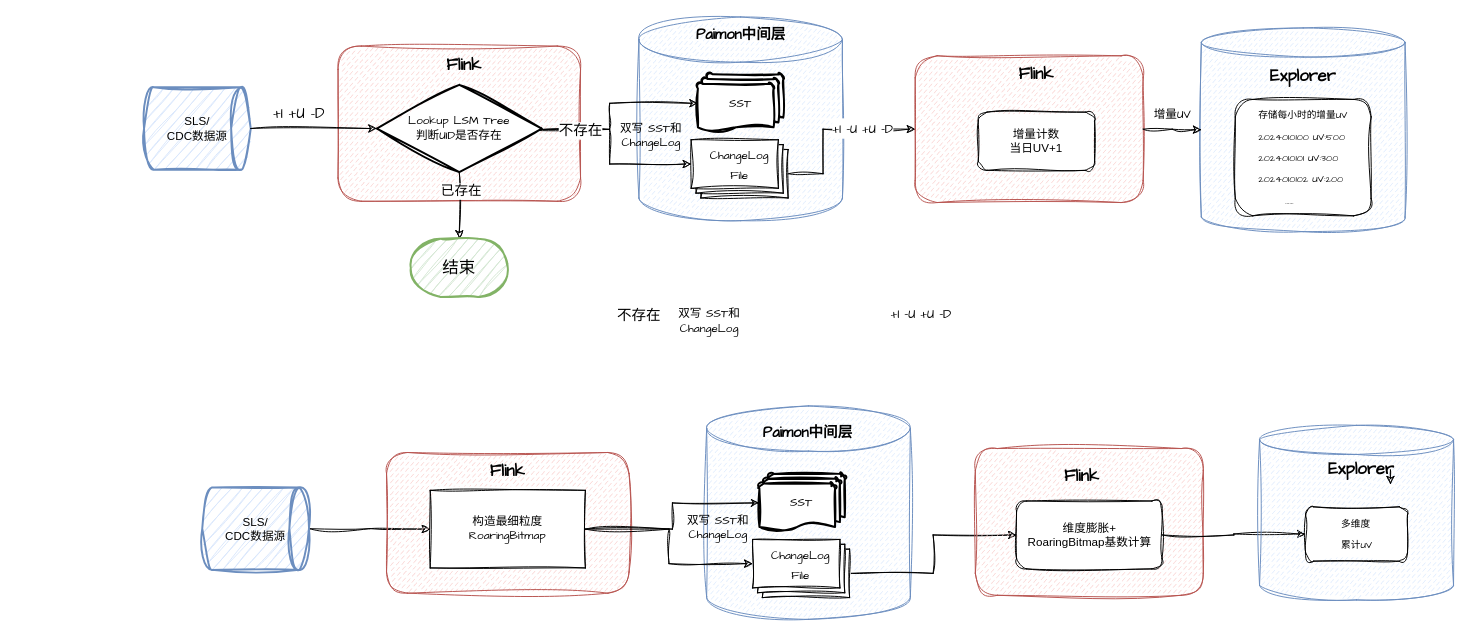
1147391377/hive-udf keeps this draw.io diagram as paimon.drawio. Above is the earlier version. Source tidied: cells renumbered, new cells numbered last; positions are measured from the earlier drawing's top-left corner, leaving out a move shared by most shapes. Both pictures are drawn from the tidied source at 97%, with x=0, y=0 at pixel (144, 16).
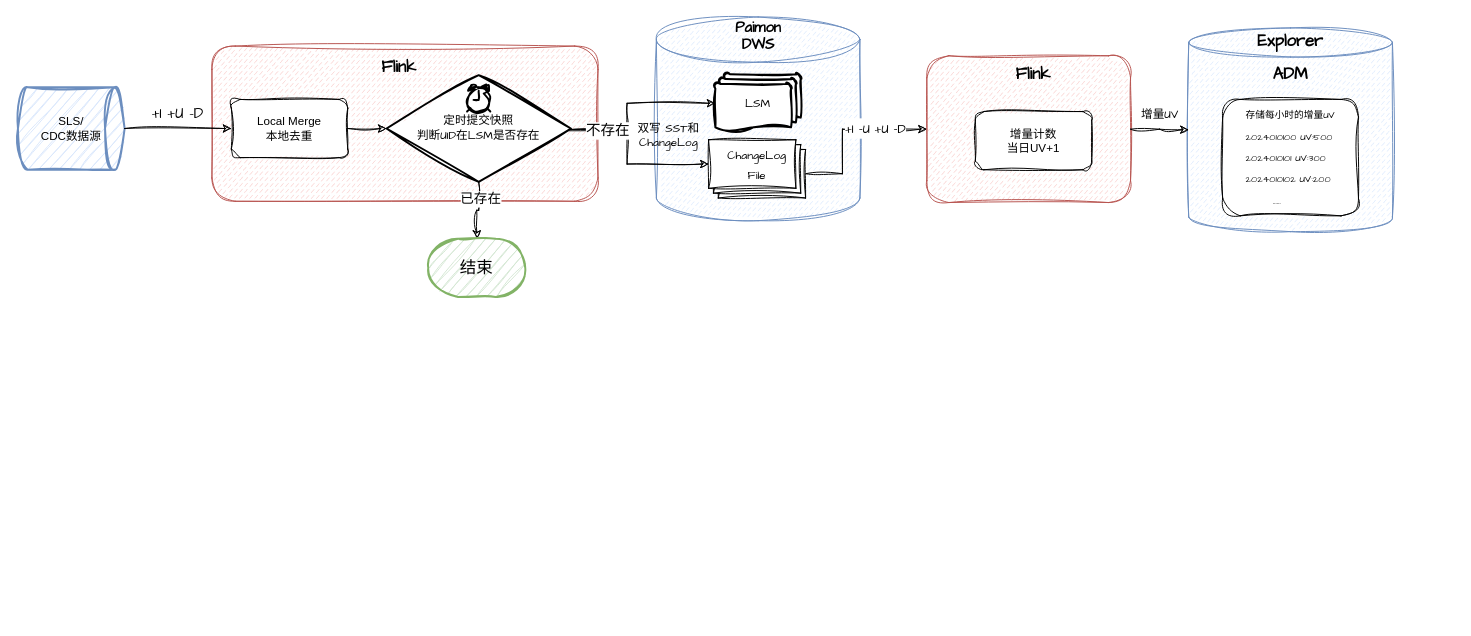
The same diagram, later.

Diff of the diagram source:
```diff
@@
     <mxCell id="2" style="shape=cylinder3;whiteSpace=wrap;html=1;boundedLbl=1;backgroundOutline=1;size=23.29629629629619;fillStyle=dashed;sketch=1;curveFitting=1;jiggle=2;fillColor=#dae8fc;strokeColor=#6c8ebf;" parent="1" vertex="1">
-      <mxGeometry x="510.2" width="209.8" height="210" as="geometry" />
+      <mxGeometry x="528.2" width="209.8" height="210" as="geometry" />
     </mxCell>
     <mxCell id="3" value="SLS/&lt;br&gt;CDC数据源" style="strokeWidth=2;html=1;shape=mxgraph.flowchart.direct_data;whiteSpace=wrap;sketch=1;curveFitting=1;jiggle=2;fillColor=#dae8fc;strokeColor=#6c8ebf;" parent="1" vertex="1">
-      <mxGeometry y="72.5" width="110" height="85" as="geometry" />
+      <mxGeometry x="-130" y="72.5" width="110" height="85" as="geometry" />
     </mxCell>
     <mxCell id="4" style="rounded=1;whiteSpace=wrap;html=1;fillStyle=dashed;sketch=1;curveFitting=1;jiggle=2;fillColor=#f8cecc;strokeColor=#b85450;" parent="1" vertex="1">
-      <mxGeometry x="200" y="30" width="250" height="160" as="geometry" />
+      <mxGeometry x="70" y="30" width="398" height="160" as="geometry" />
     </mxCell>
-    <mxCell id="5" value="&lt;font face=&quot;Comic Sans MS&quot;&gt;SST&lt;/font&gt;" style="strokeWidth=2;html=1;shape=mxgraph.flowchart.multi-document;whiteSpace=wrap;sketch=1;curveFitting=1;jiggle=2;" parent="1" vertex="1">
-      <mxGeometry x="571" y="59" width="88" height="60" as="geometry" />
+    <mxCell id="5" value="&lt;font face=&quot;Comic Sans MS&quot;&gt;LSM&lt;/font&gt;" style="strokeWidth=2;html=1;shape=mxgraph.flowchart.multi-document;whiteSpace=wrap;sketch=1;curveFitting=1;jiggle=2;" parent="1" vertex="1">
+      <mxGeometry x="589" y="59" width="88" height="60" as="geometry" />
     </mxCell>
@@
     <mxCell id="8" style="edgeStyle=orthogonalEdgeStyle;rounded=0;jettySize=auto;html=1;exitX=1;exitY=0.5;exitDx=0;exitDy=0;exitPerimeter=0;entryX=0;entryY=0.5;entryDx=0;entryDy=0;entryPerimeter=0;sketch=1;curveFitting=1;jiggle=2;" parent="1" edge="1" target="5">
       <mxGeometry relative="1" as="geometry">
-        <mxPoint x="375" y="115.8" as="sourcePoint" />
+        <mxPoint x="393" y="115.8" as="sourcePoint" />
         <Array as="points">
-          <mxPoint x="480" y="116" />
-          <mxPoint x="480" y="89" />
+          <mxPoint x="498" y="116" />
+          <mxPoint x="498" y="89" />
         </Array>
       </mxGeometry>
     </mxCell>
-    <mxCell id="9" value="Lookup LSM Tree&lt;br&gt;判断UID是否存在" style="strokeWidth=2;html=1;shape=mxgraph.flowchart.decision;whiteSpace=wrap;sketch=1;curveFitting=1;jiggle=2;fontFamily=Comic Sans MS;" parent="1" vertex="1">
-      <mxGeometry x="240" y="70" width="170" height="90" as="geometry" />
+    <mxCell id="9" value="&lt;div&gt;定时提交快照&lt;/div&gt;判断UID在LSM是否存在" style="strokeWidth=2;html=1;shape=mxgraph.flowchart.decision;whiteSpace=wrap;sketch=1;curveFitting=1;jiggle=2;fontFamily=Comic Sans MS;" parent="1" vertex="1">
+      <mxGeometry x="250" y="60" width="190" height="110" as="geometry" />
     </mxCell>
     <mxCell id="10" style="edgeStyle=orthogonalEdgeStyle;rounded=0;jettySize=auto;html=1;exitX=0;exitY=0;exitDx=100;exitDy=35;exitPerimeter=0;entryX=0;entryY=0.5;entryDx=0;entryDy=0;sketch=1;curveFitting=1;jiggle=2;" parent="1" edge="1" source="13" target="19">
       <mxGeometry relative="1" as="geometry">
         <Array as="points">
-          <mxPoint x="700" y="162" />
-          <mxPoint x="700" y="116" />
+          <mxPoint x="720" y="162" />
+          <mxPoint x="720" y="116" />
         </Array>
       </mxGeometry>
     </mxCell>
@@
-    <mxCell id="12" value="&lt;font style=&quot;font-size: 13px;&quot;&gt;+I -U +U -D&lt;/font&gt;" style="edgeLabel;html=1;align=center;verticalAlign=middle;rounded=0;fontFamily=Comic Sans MS;fontSize=17;fontColor=default;fillColor=none;gradientColor=none;" parent="10" vertex="1">
-      <mxGeometry x="0.5" y="3" relative="1" as="geometry">
-        <mxPoint x="49" y="193" as="offset" />
-      </mxGeometry>
-    </mxCell>
     <mxCell id="13" style="verticalLabelPosition=bottom;verticalAlign=top;html=1;shape=mxgraph.basic.layered_rect;dx=10;outlineConnect=0;whiteSpace=wrap;sketch=1;curveFitting=1;jiggle=2;" parent="1" vertex="1">
-      <mxGeometry x="564" y="126.6" width="100" height="60" as="geometry" />
+      <mxGeometry x="582" y="126.6" width="100" height="60" as="geometry" />
     </mxCell>
-    <mxCell id="14" style="edgeStyle=orthogonalEdgeStyle;rounded=0;jettySize=auto;html=1;exitX=1;exitY=0.5;exitDx=0;exitDy=0;exitPerimeter=0;entryX=0;entryY=0.5;entryDx=0;entryDy=0;entryPerimeter=0;sketch=1;curveFitting=1;jiggle=2;" parent="1" edge="1" source="3" target="9">
+    <mxCell id="14" style="edgeStyle=orthogonalEdgeStyle;rounded=0;jettySize=auto;html=1;exitX=1;exitY=0.5;exitDx=0;exitDy=0;exitPerimeter=0;sketch=1;curveFitting=1;jiggle=2;entryX=0;entryY=0.5;entryDx=0;entryDy=0;" parent="1" edge="1" source="3" target="55">
       <mxGeometry relative="1" as="geometry" />
     </mxCell>
     <mxCell id="15" value="&lt;font style=&quot;font-size: 17px;&quot; face=&quot;Comic Sans MS&quot;&gt;结束&lt;/font&gt;" style="strokeWidth=2;html=1;shape=mxgraph.flowchart.terminator;whiteSpace=wrap;sketch=1;curveFitting=1;jiggle=2;fillColor=#d5e8d4;strokeColor=#82b366;" parent="1" vertex="1">
-      <mxGeometry x="275" y="228.6" width="100" height="60" as="geometry" />
+      <mxGeometry x="293" y="228.6" width="100" height="60" as="geometry" />
     </mxCell>
     <mxCell id="16" style="edgeStyle=orthogonalEdgeStyle;rounded=0;jettySize=auto;html=1;exitX=1;exitY=0.5;exitDx=0;exitDy=0;exitPerimeter=0;entryX=0;entryY=0;entryDx=0;entryDy=25;entryPerimeter=0;sketch=1;curveFitting=1;jiggle=2;" parent="1" edge="1" source="9" target="13">
       <mxGeometry relative="1" as="geometry">
         <Array as="points">
-          <mxPoint x="480" y="116" />
-          <mxPoint x="480" y="152" />
+          <mxPoint x="498" y="116" />
+          <mxPoint x="498" y="152" />
         </Array>
       </mxGeometry>
     </mxCell>
@@
-    <mxCell id="18" value="不存在" style="edgeLabel;html=1;align=center;verticalAlign=middle;rounded=0;fontFamily=Comic Sans MS;fontSize=15;fontColor=default;fillColor=none;gradientColor=none;" parent="16" vertex="1">
-      <mxGeometry x="-0.64" y="-3" relative="1" as="geometry">
-        <mxPoint x="66" y="188" as="offset" />
-      </mxGeometry>
-    </mxCell>
     <mxCell id="19" style="rounded=1;whiteSpace=wrap;html=1;fillStyle=dashed;sketch=1;curveFitting=1;jiggle=2;fillColor=#f8cecc;strokeColor=#b85450;" parent="1" vertex="1">
-      <mxGeometry x="795" y="40" width="235" height="151.3" as="geometry" />
+      <mxGeometry x="807" y="40" width="210" height="151.3" as="geometry" />
     </mxCell>
     <mxCell id="20" value="增量计数&lt;br&gt;当日UV+1" style="rounded=1;whiteSpace=wrap;html=1;sketch=1;curveFitting=1;jiggle=2;" parent="1" vertex="1">
-      <mxGeometry x="860" y="98.1" width="120" height="60" as="geometry" />
+      <mxGeometry x="857" y="97.5" width="120" height="60" as="geometry" />
     </mxCell>
     <mxCell id="21" style="shape=cylinder3;whiteSpace=wrap;html=1;boundedLbl=1;backgroundOutline=1;size=15;fillStyle=dashed;sketch=1;curveFitting=1;jiggle=2;fillColor=#dae8fc;strokeColor=#6c8ebf;" parent="1" vertex="1">
-      <mxGeometry x="1090" y="11.3" width="210" height="210" as="geometry" />
+      <mxGeometry x="1077" y="11.3" width="210" height="210" as="geometry" />
     </mxCell>
     <mxCell id="22" value="Flink" style="text;html=1;align=center;verticalAlign=middle;whiteSpace=wrap;rounded=0;fontFamily=Comic Sans MS;fontSize=17;fontStyle=1;" parent="1" vertex="1">
-      <mxGeometry x="300" y="35" width="60" height="30" as="geometry" />
+      <mxGeometry x="233" y="37" width="60" height="30" as="geometry" />
     </mxCell>
     <mxCell id="23" value="+I +U -D" style="text;html=1;align=center;verticalAlign=middle;whiteSpace=wrap;rounded=0;fontFamily=Comic Sans MS;fontSize=15;fontColor=default;" parent="1" vertex="1">
-      <mxGeometry x="120" y="85" width="80" height="30" as="geometry" />
+      <mxGeometry y="97" width="70" height="6.6" as="geometry" />
     </mxCell>
     <mxCell id="24" value="&lt;font style=&quot;font-size: 12px;&quot;&gt;ChangeLog File&lt;/font&gt;" style="text;html=1;align=center;verticalAlign=middle;whiteSpace=wrap;rounded=0;fontFamily=Comic Sans MS;fontSize=17;fontColor=default;" parent="1" vertex="1">
-      <mxGeometry x="584" y="136.5" width="60" height="30" as="geometry" />
+      <mxGeometry x="602" y="136.5" width="60" height="30" as="geometry" />
     </mxCell>
     <mxCell id="25" value="&lt;b&gt;Flink&lt;/b&gt;" style="text;html=1;align=center;verticalAlign=middle;whiteSpace=wrap;rounded=0;fontFamily=Comic Sans MS;fontSize=17;" parent="1" vertex="1">
-      <mxGeometry x="890" y="44.4" width="60" height="30" as="geometry" />
+      <mxGeometry x="887" y="44.4" width="60" height="30" as="geometry" />
     </mxCell>
-    <mxCell id="26" value="&lt;b&gt;Paimon中间层&lt;/b&gt;" style="text;html=1;align=center;verticalAlign=middle;whiteSpace=wrap;rounded=0;fontFamily=Comic Sans MS;fontSize=15;strokeWidth=0;" parent="1" vertex="1">
-      <mxGeometry x="557.6" width="115" height="35" as="geometry" />
+    <mxCell id="26" value="&lt;b&gt;Paimon&lt;/b&gt;&lt;div&gt;&lt;b&gt;DWS&lt;/b&gt;&lt;/div&gt;" style="text;html=1;align=center;verticalAlign=middle;whiteSpace=wrap;rounded=0;fontFamily=Comic Sans MS;fontSize=15;strokeWidth=0;" parent="1" vertex="1">
+      <mxGeometry x="575.6" y="2" width="115" height="35" as="geometry" />
     </mxCell>
     <mxCell id="27" value="&lt;b&gt;Explorer&lt;/b&gt;" style="text;html=1;align=center;verticalAlign=middle;whiteSpace=wrap;rounded=0;fontFamily=Comic Sans MS;fontSize=17;" parent="1" vertex="1">
-      <mxGeometry x="1165" y="45.6" width="60" height="30" as="geometry" />
+      <mxGeometry x="1152" y="10" width="60" height="30" as="geometry" />
     </mxCell>
     <mxCell id="28" value="双写 SST和ChangeLog" style="text;html=1;align=center;verticalAlign=middle;whiteSpace=wrap;rounded=0;fontFamily=Comic Sans MS;fontSize=12;fontColor=default;" parent="1" vertex="1">
-      <mxGeometry x="489.2" y="115" width="68.4" height="15" as="geometry" />
+      <mxGeometry x="507.2" y="115" width="68.4" height="15" as="geometry" />
     </mxCell>
@@
     <mxCell id="30" value="&lt;p style=&quot;border-color: var(--border-color); font-size: 10px; text-align: left;&quot;&gt;存储每小时的增量UV&lt;/p&gt;&lt;p style=&quot;border-color: var(--border-color); font-size: 10px; text-align: left;&quot;&gt;2024010100 UV:500&lt;/p&gt;&lt;p style=&quot;border-color: var(--border-color); font-size: 10px; text-align: left;&quot;&gt;2024010101 UV:300&lt;/p&gt;&lt;p style=&quot;border-color: var(--border-color); font-size: 10px; text-align: left;&quot;&gt;2024010102 UV:200&lt;/p&gt;&lt;p style=&quot;border-color: var(--border-color); font-size: 10px; text-align: left;&quot;&gt;&lt;span style=&quot;white-space: pre;&quot;&gt;&amp;nbsp;&amp;nbsp;&amp;nbsp;&amp;nbsp;&lt;/span&gt;&amp;nbsp; &amp;nbsp;……&lt;/p&gt;" style="rounded=1;whiteSpace=wrap;html=1;align=center;verticalAlign=middle;fontFamily=Comic Sans MS;fontSize=17;fontColor=default;fillColor=default;gradientColor=none;sketch=1;curveFitting=1;jiggle=2;" parent="1" vertex="1">
-      <mxGeometry x="1125" y="85" width="140" height="120" as="geometry" />
+      <mxGeometry x="1112" y="85" width="140" height="120" as="geometry" />
     </mxCell>
-    <mxCell id="31" style="edgeStyle=orthogonalEdgeStyle;rounded=0;sketch=1;hachureGap=4;jiggle=2;curveFitting=1;jettySize=auto;html=1;exitX=1;exitY=0.5;exitDx=0;exitDy=0;exitPerimeter=0;fontFamily=Architects Daughter;" parent="1" edge="1" source="32" target="35">
-      <mxGeometry relative="1" as="geometry" />
-    </mxCell>
-    <mxCell id="32" value="SLS/&lt;br&gt;CDC数据源" style="strokeWidth=2;html=1;shape=mxgraph.flowchart.direct_data;whiteSpace=wrap;sketch=1;curveFitting=1;jiggle=2;fillColor=#dae8fc;strokeColor=#6c8ebf;" parent="1" vertex="1">
-      <mxGeometry x="60" y="485" width="110" height="85" as="geometry" />
-    </mxCell>
-    <mxCell id="33" style="rounded=1;whiteSpace=wrap;html=1;fillStyle=dashed;sketch=1;curveFitting=1;jiggle=2;fillColor=#f8cecc;strokeColor=#b85450;" parent="1" vertex="1">
-      <mxGeometry x="250" y="449" width="250" height="145" as="geometry" />
-    </mxCell>
-    <mxCell id="34" style="shape=cylinder3;whiteSpace=wrap;html=1;boundedLbl=1;backgroundOutline=1;size=23.29629629629619;fillStyle=dashed;sketch=1;curveFitting=1;jiggle=2;fillColor=#dae8fc;strokeColor=#6c8ebf;" parent="1" vertex="1">
-      <mxGeometry x="580" y="401" width="210" height="220" as="geometry" />
-    </mxCell>
-    <mxCell id="35" value="构造最细粒度&lt;div&gt;RoaringBitmap&lt;/div&gt;" style="rounded=0;whiteSpace=wrap;html=1;sketch=1;hachureGap=4;jiggle=2;curveFitting=1;fontFamily=Architects Daughter;" parent="1" vertex="1">
-      <mxGeometry x="295" y="488" width="160" height="80" as="geometry" />
-    </mxCell>
-    <mxCell id="36" value="Flink" style="text;html=1;align=center;verticalAlign=middle;whiteSpace=wrap;rounded=0;fontFamily=Comic Sans MS;fontSize=17;fontStyle=1;" parent="1" vertex="1">
-      <mxGeometry x="345" y="454" width="60" height="30" as="geometry" />
-    </mxCell>
-    <mxCell id="37" value="&lt;b&gt;Paimon中间层&lt;/b&gt;" style="text;html=1;align=center;verticalAlign=middle;whiteSpace=wrap;rounded=0;fontFamily=Comic Sans MS;fontSize=15;strokeWidth=0;" parent="1" vertex="1">
-      <mxGeometry x="627.4" y="411" width="115" height="35" as="geometry" />
-    </mxCell>
-    <mxCell id="38" value="&lt;font face=&quot;Comic Sans MS&quot;&gt;SST&lt;/font&gt;" style="strokeWidth=2;html=1;shape=mxgraph.flowchart.multi-document;whiteSpace=wrap;sketch=1;curveFitting=1;jiggle=2;" parent="1" vertex="1">
-      <mxGeometry x="634.4" y="471" width="88" height="60" as="geometry" />
-    </mxCell>
-    <mxCell id="39" style="edgeStyle=orthogonalEdgeStyle;rounded=0;sketch=1;hachureGap=4;jiggle=2;curveFitting=1;jettySize=auto;html=1;exitX=0;exitY=0;exitDx=100;exitDy=35;exitPerimeter=0;entryX=0;entryY=0.5;entryDx=0;entryDy=0;fontFamily=Architects Daughter;" parent="1" edge="1" source="40" target="46">
-      <mxGeometry relative="1" as="geometry" />
-    </mxCell>
-    <mxCell id="40" style="verticalLabelPosition=bottom;verticalAlign=top;html=1;shape=mxgraph.basic.layered_rect;dx=10;outlineConnect=0;whiteSpace=wrap;sketch=1;curveFitting=1;jiggle=2;" parent="1" vertex="1">
-      <mxGeometry x="627.4" y="538.6" width="100" height="60" as="geometry" />
-    </mxCell>
-    <mxCell id="41" value="&lt;font style=&quot;font-size: 12px;&quot;&gt;ChangeLog File&lt;/font&gt;" style="text;html=1;align=center;verticalAlign=middle;whiteSpace=wrap;rounded=0;fontFamily=Comic Sans MS;fontSize=17;fontColor=default;" parent="1" vertex="1">
-      <mxGeometry x="647.4" y="548.5" width="60" height="30" as="geometry" />
-    </mxCell>
-    <mxCell id="42" value="双写 SST和ChangeLog" style="text;html=1;align=center;verticalAlign=middle;whiteSpace=wrap;rounded=0;fontFamily=Comic Sans MS;fontSize=12;fontColor=default;" parent="1" vertex="1">
-      <mxGeometry x="549.2" y="306" width="68.4" height="15" as="geometry" />
-    </mxCell>
-    <mxCell id="43" style="rounded=1;whiteSpace=wrap;html=1;fillStyle=dashed;sketch=1;curveFitting=1;jiggle=2;fillColor=#f8cecc;strokeColor=#b85450;" parent="1" vertex="1">
-      <mxGeometry x="857" y="444.9" width="235" height="151.3" as="geometry" />
-    </mxCell>
-    <mxCell id="44" value="&lt;b&gt;Flink&lt;/b&gt;" style="text;html=1;align=center;verticalAlign=middle;whiteSpace=wrap;rounded=0;fontFamily=Comic Sans MS;fontSize=17;" parent="1" vertex="1">
-      <mxGeometry x="937" y="459" width="60" height="30" as="geometry" />
-    </mxCell>
-    <mxCell id="45" style="edgeStyle=orthogonalEdgeStyle;rounded=0;sketch=1;hachureGap=4;jiggle=2;curveFitting=1;jettySize=auto;html=1;exitX=1;exitY=0.5;exitDx=0;exitDy=0;fontFamily=Architects Daughter;" parent="1" edge="1" source="46" target="49">
-      <mxGeometry relative="1" as="geometry" />
-    </mxCell>
-    <mxCell id="46" value="维度膨胀+&lt;div&gt;RoaringBitmap基数计算&lt;/div&gt;" style="rounded=1;whiteSpace=wrap;html=1;sketch=1;curveFitting=1;jiggle=2;" parent="1" vertex="1">
-      <mxGeometry x="899.5" y="499" width="150" height="70" as="geometry" />
-    </mxCell>
-    <mxCell id="47" style="shape=cylinder3;whiteSpace=wrap;html=1;boundedLbl=1;backgroundOutline=1;size=15;fillStyle=dashed;sketch=1;curveFitting=1;jiggle=2;fillColor=#dae8fc;strokeColor=#6c8ebf;" parent="1" vertex="1">
-      <mxGeometry x="1150" y="421" width="200" height="180" as="geometry" />
-    </mxCell>
-    <mxCell id="48" value="&lt;b&gt;Explorer&lt;/b&gt;" style="text;html=1;align=center;verticalAlign=middle;whiteSpace=wrap;rounded=0;fontFamily=Comic Sans MS;fontSize=17;" parent="1" vertex="1">
-      <mxGeometry x="1225" y="451.9" width="60" height="30" as="geometry" />
-    </mxCell>
-    <mxCell id="49" value="&lt;p style=&quot;border-color: var(--border-color); font-size: 10px; text-align: left;&quot;&gt;多维度&lt;/p&gt;&lt;p style=&quot;border-color: var(--border-color); font-size: 10px; text-align: left;&quot;&gt;累计UV&lt;/p&gt;" style="rounded=1;whiteSpace=wrap;html=1;align=center;verticalAlign=middle;fontFamily=Comic Sans MS;fontSize=17;fontColor=default;fillColor=default;gradientColor=none;sketch=1;curveFitting=1;jiggle=2;" parent="1" vertex="1">
-      <mxGeometry x="1197.5" y="505" width="105" height="56" as="geometry" />
-    </mxCell>
-    <mxCell id="50" style="edgeStyle=orthogonalEdgeStyle;rounded=0;sketch=1;hachureGap=4;jiggle=2;curveFitting=1;jettySize=auto;html=1;exitX=1;exitY=0.5;exitDx=0;exitDy=0;entryX=0;entryY=0.5;entryDx=0;entryDy=0;entryPerimeter=0;fontFamily=Architects Daughter;" parent="1" edge="1" source="35" target="38">
-      <mxGeometry relative="1" as="geometry" />
-    </mxCell>
-    <mxCell id="51" style="edgeStyle=orthogonalEdgeStyle;rounded=0;sketch=1;hachureGap=4;jiggle=2;curveFitting=1;jettySize=auto;html=1;exitX=1;exitY=0.5;exitDx=0;exitDy=0;entryX=0;entryY=0;entryDx=0;entryDy=25.000000000000004;entryPerimeter=0;fontFamily=Architects Daughter;" parent="1" edge="1" source="35" target="40">
-      <mxGeometry relative="1" as="geometry" />
-    </mxCell>
-    <mxCell id="52" value="双写 SST和ChangeLog" style="text;html=1;align=center;verticalAlign=middle;whiteSpace=wrap;rounded=0;fontFamily=Comic Sans MS;fontSize=12;fontColor=default;" parent="1" vertex="1">
-      <mxGeometry x="557.6" y="519.5" width="68.4" height="15" as="geometry" />
-    </mxCell>
-    <mxCell id="53" style="edgeStyle=orthogonalEdgeStyle;rounded=0;sketch=1;hachureGap=4;jiggle=2;curveFitting=1;orthogonalLoop=1;jettySize=auto;html=1;exitX=1;exitY=0.5;exitDx=0;exitDy=0;entryX=1;entryY=1;entryDx=0;entryDy=0;fontFamily=Architects Daughter;" parent="1" edge="1" source="48" target="48">
-      <mxGeometry relative="1" as="geometry" />
-    </mxCell>
+    <mxCell id="54" value="&lt;b&gt;ADM&lt;/b&gt;" style="text;html=1;align=center;verticalAlign=middle;whiteSpace=wrap;rounded=0;fontFamily=Comic Sans MS;fontSize=17;" parent="1" vertex="1">
+      <mxGeometry x="1152" y="44.4" width="60" height="30" as="geometry" />
+    </mxCell>
+    <mxCell id="55" value="Local Merge&lt;div&gt;本地去重&lt;/div&gt;" style="rounded=1;whiteSpace=wrap;html=1;sketch=1;curveFitting=1;jiggle=2;" parent="1" vertex="1">
+      <mxGeometry x="90" y="85" width="120" height="60" as="geometry" />
+    </mxCell>
+    <mxCell id="56" style="edgeStyle=orthogonalEdgeStyle;rounded=0;sketch=1;hachureGap=4;jiggle=2;curveFitting=1;jettySize=auto;html=1;exitX=1;exitY=0.5;exitDx=0;exitDy=0;entryX=0;entryY=0.5;entryDx=0;entryDy=0;entryPerimeter=0;fontFamily=Architects Daughter;" parent="1" edge="1" source="55" target="9">
+      <mxGeometry relative="1" as="geometry" />
+    </mxCell>
+    <mxCell id="57" style="html=1;verticalLabelPosition=bottom;align=center;labelBackgroundColor=#ffffff;verticalAlign=top;strokeWidth=2;strokeColor=#000000;shadow=0;dashed=0;shape=mxgraph.ios7.icons.alarm_clock;sketch=1;hachureGap=4;jiggle=2;curveFitting=1;fontFamily=Architects Daughter;" parent="1" vertex="1">
+      <mxGeometry x="333" y="70.5" width="24" height="27" as="geometry" />
+    </mxCell>
```
